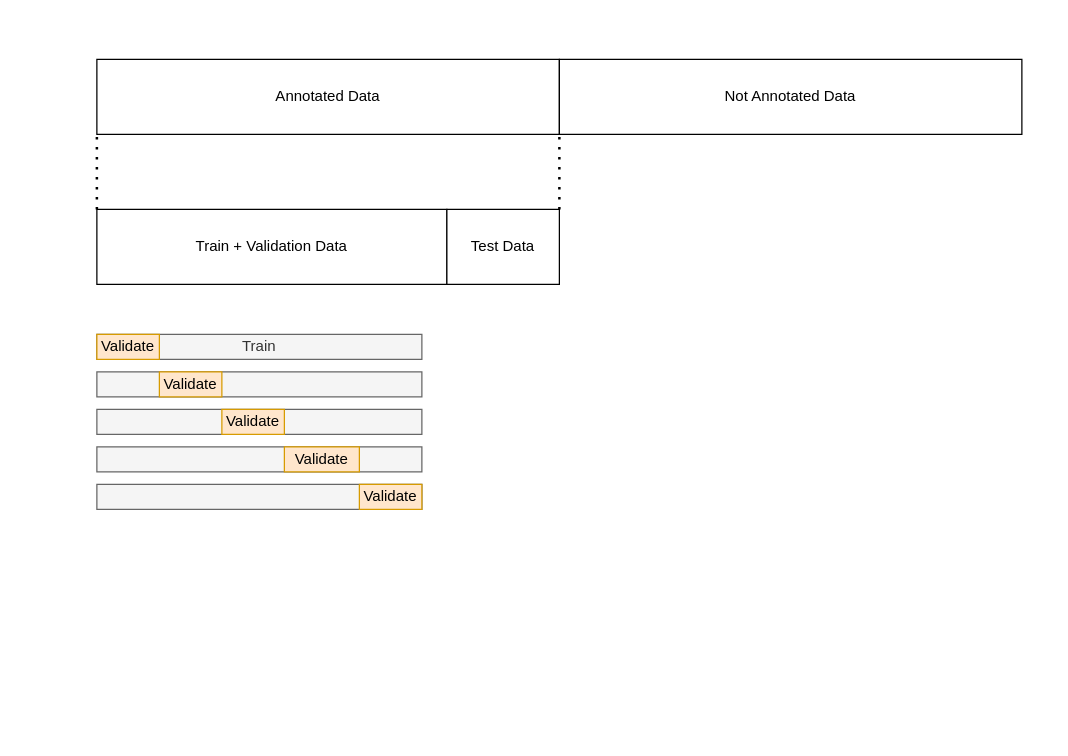
changgge/changgge keeps this draw.io diagram as LocalGovKFold.drawio. Above is the earlier version. Source tidied: cells renumbered, new cells numbered last; positions are measured from the earlier drawing's top-left corner, leaving out a move shared by most shapes. Both pictures are drawn from the tidied source at 125%, with x=0, y=0 at pixel (96, 59).
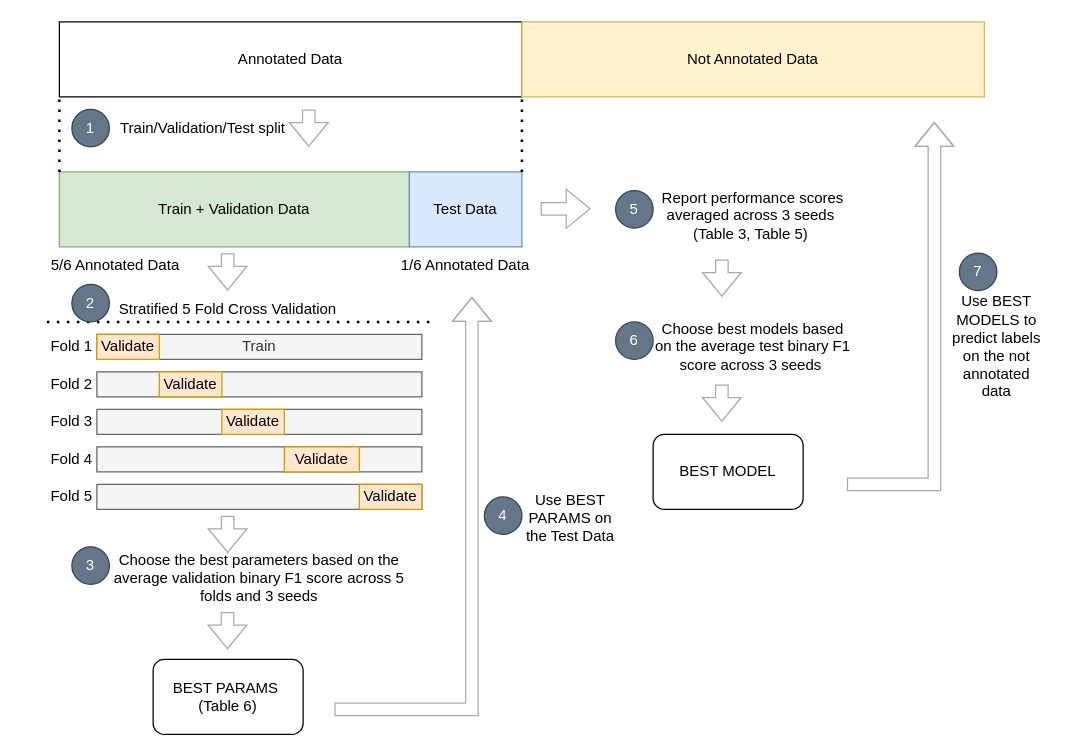
The same diagram, later.

The edit, as a diff of the source:
```diff
@@
     <mxCell id="2" value="Annotated Data" style="rounded=0;whiteSpace=wrap;html=1;" parent="1" vertex="1">
-      <mxGeometry width="370" height="60" as="geometry" />
+      <mxGeometry x="-30" y="-30" width="370" height="60" as="geometry" />
     </mxCell>
-    <mxCell id="3" value="Not Annotated Data" style="rounded=0;whiteSpace=wrap;html=1;" parent="1" vertex="1">
-      <mxGeometry x="370" width="370" height="60" as="geometry" />
+    <mxCell id="3" value="Not Annotated Data" style="rounded=0;whiteSpace=wrap;html=1;fillColor=#fff2cc;strokeColor=#d6b656;" parent="1" vertex="1">
+      <mxGeometry x="340" y="-30" width="370" height="60" as="geometry" />
     </mxCell>
-    <mxCell id="4" value="Train + Validation Data" style="rounded=0;whiteSpace=wrap;html=1;" parent="1" vertex="1">
-      <mxGeometry y="120" width="280" height="60" as="geometry" />
+    <mxCell id="4" value="Train + Validation Data" style="rounded=0;whiteSpace=wrap;html=1;fillColor=#d5e8d4;strokeColor=#82b366;" parent="1" vertex="1">
+      <mxGeometry x="-30" y="90" width="280" height="60" as="geometry" />
     </mxCell>
-    <mxCell id="5" value="Test Data" style="rounded=0;whiteSpace=wrap;html=1;" parent="1" vertex="1">
-      <mxGeometry x="280" y="120" width="90" height="60" as="geometry" />
+    <mxCell id="5" value="Test Data" style="rounded=0;whiteSpace=wrap;html=1;fillColor=#dae8fc;strokeColor=#6c8ebf;" parent="1" vertex="1">
+      <mxGeometry x="250" y="90" width="90" height="60" as="geometry" />
     </mxCell>
@@
+    <mxCell id="18" value="Fold 1" style="text;html=1;align=center;verticalAlign=middle;whiteSpace=wrap;rounded=0;" parent="1" vertex="1">
+      <mxGeometry x="-50" y="215" width="60" height="30" as="geometry" />
+    </mxCell>
+    <mxCell id="19" value="Fold 2" style="text;html=1;align=center;verticalAlign=middle;whiteSpace=wrap;rounded=0;" parent="1" vertex="1">
+      <mxGeometry x="-50" y="245" width="60" height="30" as="geometry" />
+    </mxCell>
+    <mxCell id="20" value="Fold 3" style="text;html=1;align=center;verticalAlign=middle;whiteSpace=wrap;rounded=0;" parent="1" vertex="1">
+      <mxGeometry x="-50" y="275" width="60" height="30" as="geometry" />
+    </mxCell>
+    <mxCell id="21" value="Fold 4" style="text;html=1;align=center;verticalAlign=middle;whiteSpace=wrap;rounded=0;" parent="1" vertex="1">
+      <mxGeometry x="-50" y="305" width="60" height="30" as="geometry" />
+    </mxCell>
+    <mxCell id="22" value="Fold 5" style="text;html=1;align=center;verticalAlign=middle;whiteSpace=wrap;rounded=0;" parent="1" vertex="1">
+      <mxGeometry x="-50" y="335" width="60" height="30" as="geometry" />
+    </mxCell>
+    <mxCell id="23" value="1/6 Annotated Data" style="text;html=1;align=center;verticalAlign=middle;whiteSpace=wrap;rounded=0;" parent="1" vertex="1">
+      <mxGeometry x="220" y="150" width="150" height="30" as="geometry" />
+    </mxCell>
+    <mxCell id="24" value="5/6 Annotated Data" style="text;html=1;align=center;verticalAlign=middle;whiteSpace=wrap;rounded=0;" parent="1" vertex="1">
+      <mxGeometry x="-60" y="150" width="150" height="30" as="geometry" />
+    </mxCell>
+    <mxCell id="25" style="shape=flexArrow;endArrow=classic;html=1;rounded=0;strokeColor=light-dark(#aaaaaa, #ededed);" parent="1" edge="1">
+      <mxGeometry relative="1" as="geometry">
+        <mxPoint x="104.6" y="155" as="sourcePoint" />
+        <mxPoint x="104.6" y="185" as="targetPoint" />
+      </mxGeometry>
+    </mxCell>
+    <mxCell id="26" value="Stratified 5 Fold Cross Validation" style="text;html=1;align=center;verticalAlign=middle;whiteSpace=wrap;rounded=0;" parent="1" vertex="1">
+      <mxGeometry x="-30" y="185" width="270" height="30" as="geometry" />
+    </mxCell>
+    <mxCell id="27" style="endArrow=none;dashed=1;html=1;dashPattern=1 3;strokeWidth=2;rounded=0;" parent="1" edge="1">
+      <mxGeometry relative="1" as="geometry">
+        <mxPoint x="-40" y="210" as="sourcePoint" />
+        <mxPoint x="270" y="210" as="targetPoint" />
+      </mxGeometry>
+    </mxCell>
+    <mxCell id="28" style="shape=flexArrow;endArrow=classic;html=1;rounded=0;strokeColor=light-dark(#aaaaaa, #ededed);" parent="1" edge="1">
+      <mxGeometry relative="1" as="geometry">
+        <mxPoint x="104.6" y="365" as="sourcePoint" />
+        <mxPoint x="104.6" y="395" as="targetPoint" />
+      </mxGeometry>
+    </mxCell>
+    <mxCell id="29" value="Choose the best parameters based on the average validation binary F1 score across 5 folds and 3 seeds" style="text;html=1;align=center;verticalAlign=middle;whiteSpace=wrap;rounded=0;" parent="1" vertex="1">
+      <mxGeometry y="380" width="260" height="70" as="geometry" />
+    </mxCell>
+    <mxCell id="30" style="shape=flexArrow;endArrow=classic;html=1;rounded=0;strokeColor=light-dark(#aaaaaa, #ededed);" parent="1" edge="1">
+      <mxGeometry relative="1" as="geometry">
+        <mxPoint x="500" y="260" as="sourcePoint" />
+        <mxPoint x="500" y="290" as="targetPoint" />
+      </mxGeometry>
+    </mxCell>
+    <mxCell id="31" value="BEST PARAMS&amp;nbsp;&lt;div&gt;(Table 6)&lt;/div&gt;" style="rounded=1;whiteSpace=wrap;html=1;" parent="1" vertex="1">
+      <mxGeometry x="45" y="480" width="120" height="60" as="geometry" />
+    </mxCell>
+    <mxCell id="32" style="shape=flexArrow;endArrow=classic;html=1;rounded=0;strokeColor=light-dark(#aaaaaa, #ededed);" parent="1" edge="1">
+      <mxGeometry relative="1" as="geometry">
+        <mxPoint x="190" y="520" as="sourcePoint" />
+        <mxPoint x="300" y="190" as="targetPoint" />
+        <Array as="points">
+          <mxPoint x="300" y="520" />
+        </Array>
+      </mxGeometry>
+    </mxCell>
+    <mxCell id="33" value="Use BEST PARAMS on the Test Data" style="text;html=1;align=center;verticalAlign=middle;whiteSpace=wrap;rounded=0;" parent="1" vertex="1">
+      <mxGeometry x="339" y="352" width="80" height="30" as="geometry" />
+    </mxCell>
+    <mxCell id="34" style="shape=flexArrow;endArrow=classic;html=1;rounded=0;strokeColor=light-dark(#aaaaaa, #ededed);" parent="1" edge="1">
+      <mxGeometry relative="1" as="geometry">
+        <mxPoint x="355" y="119.5" as="sourcePoint" />
+        <mxPoint x="395" y="119.5" as="targetPoint" />
+      </mxGeometry>
+    </mxCell>
+    <mxCell id="35" value="Report performance scores averaged across 3 seeds&amp;nbsp;&lt;div&gt;(Table 3, Table 5)&amp;nbsp;&lt;/div&gt;" style="text;html=1;align=center;verticalAlign=middle;whiteSpace=wrap;rounded=0;" parent="1" vertex="1">
+      <mxGeometry x="445" y="110" width="160" height="30" as="geometry" />
+    </mxCell>
+    <mxCell id="36" value="BEST MODEL" style="rounded=1;whiteSpace=wrap;html=1;" parent="1" vertex="1">
+      <mxGeometry x="445" y="300" width="120" height="60" as="geometry" />
+    </mxCell>
+    <mxCell id="37" value="Choose best models based on the average test binary F1 score across 3 seeds&amp;nbsp;" style="text;html=1;align=center;verticalAlign=middle;whiteSpace=wrap;rounded=0;" parent="1" vertex="1">
+      <mxGeometry x="445" y="215" width="160" height="30" as="geometry" />
+    </mxCell>
+    <mxCell id="38" style="shape=flexArrow;endArrow=classic;html=1;rounded=0;strokeColor=light-dark(#aaaaaa, #ededed);" parent="1" edge="1">
+      <mxGeometry relative="1" as="geometry">
+        <mxPoint x="104.5" y="442" as="sourcePoint" />
+        <mxPoint x="104.5" y="472" as="targetPoint" />
+      </mxGeometry>
+    </mxCell>
+    <mxCell id="39" style="shape=flexArrow;endArrow=classic;html=1;rounded=0;strokeColor=light-dark(#aaaaaa, #ededed);" parent="1" edge="1">
+      <mxGeometry relative="1" as="geometry">
+        <mxPoint x="500" y="160" as="sourcePoint" />
+        <mxPoint x="500" y="190" as="targetPoint" />
+      </mxGeometry>
+    </mxCell>
+    <mxCell id="40" style="shape=flexArrow;endArrow=classic;html=1;rounded=0;strokeColor=light-dark(#aaaaaa, #ededed);" parent="1" edge="1">
+      <mxGeometry relative="1" as="geometry">
+        <mxPoint x="600" y="340" as="sourcePoint" />
+        <mxPoint x="670" y="50" as="targetPoint" />
+        <Array as="points">
+          <mxPoint x="670" y="340" />
+        </Array>
+      </mxGeometry>
+    </mxCell>
+    <mxCell id="41" value="Use BEST MODELS to predict labels on the not annotated data" style="text;html=1;align=center;verticalAlign=middle;whiteSpace=wrap;rounded=0;" parent="1" vertex="1">
+      <mxGeometry x="680" y="215" width="80" height="30" as="geometry" />
+    </mxCell>
+    <mxCell id="42" value="1" style="ellipse;whiteSpace=wrap;html=1;fillColor=#647687;fontColor=#ffffff;strokeColor=#314354;" parent="1" vertex="1">
+      <mxGeometry x="-20" y="40" width="30" height="30" as="geometry" />
+    </mxCell>
+    <mxCell id="43" value="Train/Validation/Test split" style="text;html=1;align=center;verticalAlign=middle;whiteSpace=wrap;rounded=0;" parent="1" vertex="1">
+      <mxGeometry x="10" y="40" width="150" height="30" as="geometry" />
+    </mxCell>
+    <mxCell id="44" style="shape=flexArrow;endArrow=classic;html=1;rounded=0;strokeColor=light-dark(#aaaaaa, #ededed);" parent="1" edge="1">
+      <mxGeometry relative="1" as="geometry">
+        <mxPoint x="169.5" y="40" as="sourcePoint" />
+        <mxPoint x="169.5" y="70" as="targetPoint" />
+      </mxGeometry>
+    </mxCell>
+    <mxCell id="45" value="2" style="ellipse;whiteSpace=wrap;html=1;fillColor=#647687;fontColor=#ffffff;strokeColor=#314354;" parent="1" vertex="1">
+      <mxGeometry x="-20" y="180" width="30" height="30" as="geometry" />
+    </mxCell>
+    <mxCell id="46" value="3" style="ellipse;whiteSpace=wrap;html=1;fillColor=#647687;fontColor=#ffffff;strokeColor=#314354;" parent="1" vertex="1">
+      <mxGeometry x="-20" y="390" width="30" height="30" as="geometry" />
+    </mxCell>
+    <mxCell id="47" value="4" style="ellipse;whiteSpace=wrap;html=1;fillColor=#647687;fontColor=#ffffff;strokeColor=#314354;" parent="1" vertex="1">
+      <mxGeometry x="310" y="350" width="30" height="30" as="geometry" />
+    </mxCell>
+    <mxCell id="48" value="5" style="ellipse;whiteSpace=wrap;html=1;fillColor=#647687;fontColor=#ffffff;strokeColor=#314354;" parent="1" vertex="1">
+      <mxGeometry x="415" y="105" width="30" height="30" as="geometry" />
+    </mxCell>
+    <mxCell id="49" value="6" style="ellipse;whiteSpace=wrap;html=1;fillColor=#647687;fontColor=#ffffff;strokeColor=#314354;" parent="1" vertex="1">
+      <mxGeometry x="415" y="210" width="30" height="30" as="geometry" />
+    </mxCell>
+    <mxCell id="50" value="7" style="ellipse;whiteSpace=wrap;html=1;fillColor=#647687;fontColor=#ffffff;strokeColor=#314354;" parent="1" vertex="1">
+      <mxGeometry x="690" y="155" width="30" height="30" as="geometry" />
+    </mxCell>
```
